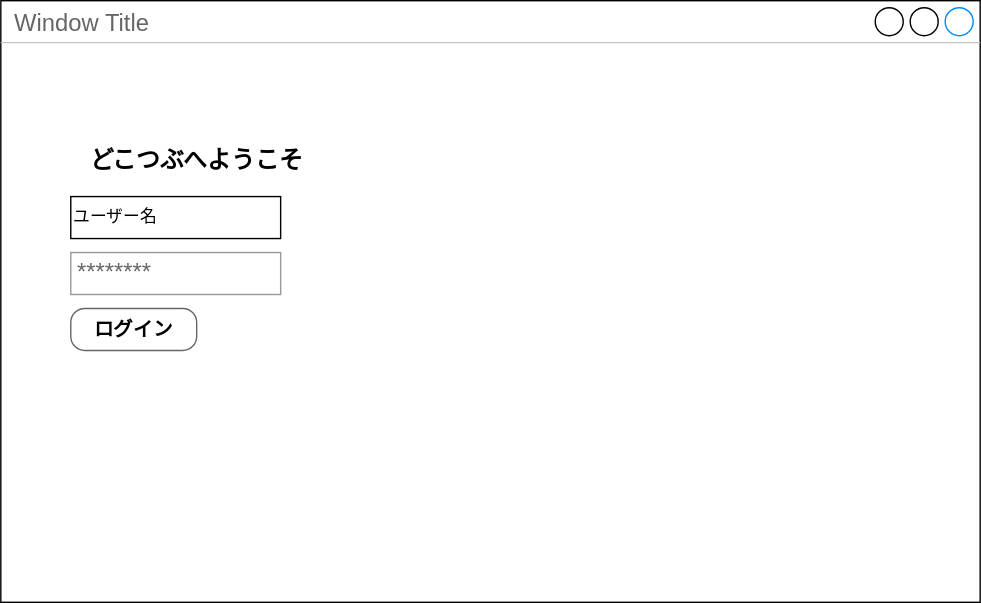
Before: 画面設計.drawio.svg, a diagram exported from draw.io (yu-tasa/basicDesign). Source tidied: cells renumbered, new cells last; positions are measured from the earlier drawing's top-left corner, leaving out a move shared by most shapes.
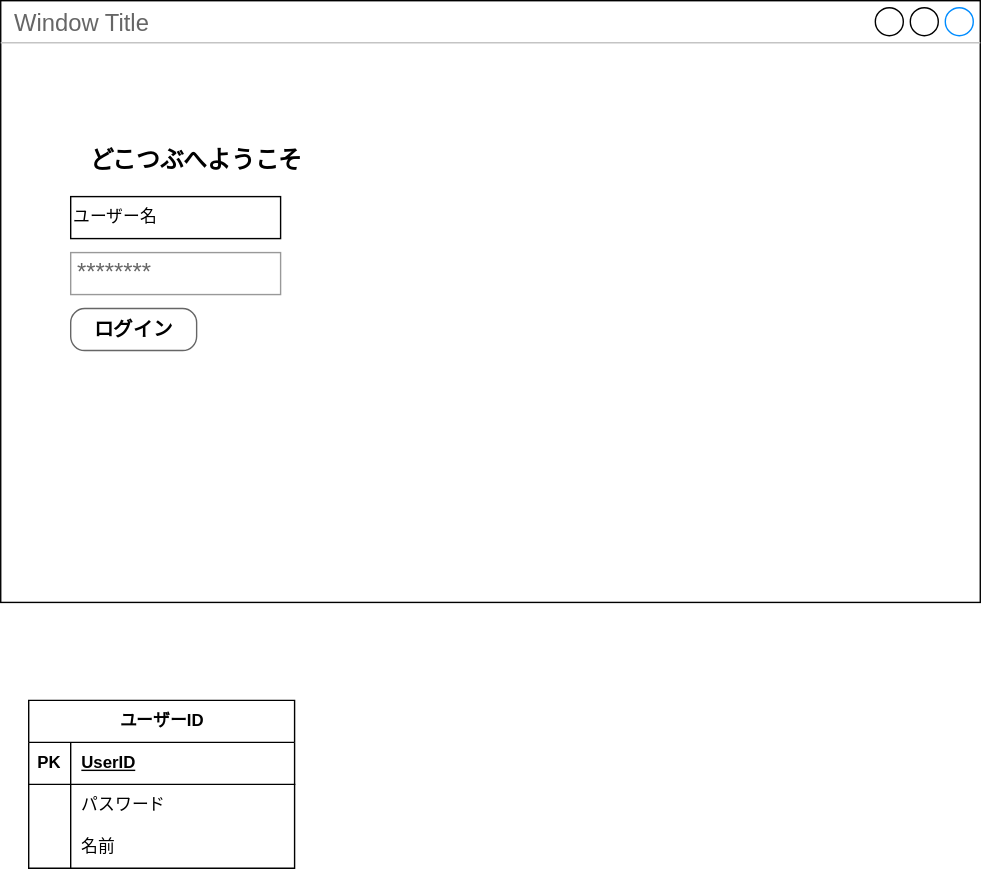
Above is the later version.

Commit message:
画面設計.drawio.svg を更新します

The edit, as a diff of the source:
```diff
@@ -17,5 +17,35 @@
     <mxCell id="6" value="&lt;font style=&quot;font-size: 14px;&quot; color=&quot;#000000&quot;&gt;ログイン&lt;/font&gt;" style="strokeWidth=1;shadow=0;dashed=0;align=center;html=1;shape=mxgraph.mockup.buttons.button;strokeColor=#666666;fontColor=#ffffff;mainText=;buttonStyle=round;fontSize=17;fontStyle=1;fillColor=#FFFFFF;whiteSpace=wrap;" parent="1" vertex="1">
       <mxGeometry x="50" y="220" width="90" height="30" as="geometry" />
     </mxCell>
+    <mxCell id="7" value="ユーザーID" style="shape=table;startSize=30;rowLines=0;fontStyle=1;align=center;html=1;swimlaneFillColor=default;gradientColor=none;left=1;" parent="1" vertex="1">
+      <mxGeometry x="20" y="500" width="190" height="120" as="geometry" />
+    </mxCell>
+    <mxCell id="8" style="shape=tableRow;horizontal=0;startSize=0;swimlaneHead=0;swimlaneBody=0;fillColor=none;top=0;left=0;right=0;bottom=1;" parent="7" vertex="1">
+      <mxGeometry y="30" width="190" height="30" as="geometry" />
+    </mxCell>
+    <mxCell id="9" value="PK" style="shape=partialRectangle;fillColor=none;top=0;left=0;bottom=0;right=0;fontStyle=1;overflow=hidden;whiteSpace=wrap;html=1;" parent="8" vertex="1">
+      <mxGeometry width="30" height="30" as="geometry" />
+    </mxCell>
+    <mxCell id="10" value="UserID" style="shape=partialRectangle;fillColor=none;top=0;left=0;bottom=0;right=0;align=left;spacingLeft=6;fontStyle=5;overflow=hidden;whiteSpace=wrap;html=1;" parent="8" vertex="1">
+      <mxGeometry x="30" width="160" height="30" as="geometry" />
+    </mxCell>
+    <mxCell id="11" style="shape=tableRow;horizontal=0;startSize=0;swimlaneHead=0;swimlaneBody=0;fillColor=none;top=0;left=0;right=0;bottom=0;" parent="7" vertex="1">
+      <mxGeometry y="60" width="190" height="30" as="geometry" />
+    </mxCell>
+    <mxCell id="12" style="shape=partialRectangle;fillColor=none;top=0;left=0;bottom=0;right=0;overflow=hidden;whiteSpace=wrap;html=1;" parent="11" vertex="1">
+      <mxGeometry width="30" height="30" as="geometry" />
+    </mxCell>
+    <mxCell id="13" value="パスワード" style="shape=partialRectangle;fillColor=none;top=0;left=0;bottom=0;right=0;align=left;spacingLeft=6;overflow=hidden;whiteSpace=wrap;html=1;" parent="11" vertex="1">
+      <mxGeometry x="30" width="160" height="30" as="geometry" />
+    </mxCell>
+    <mxCell id="14" style="shape=tableRow;horizontal=0;startSize=0;swimlaneHead=0;swimlaneBody=0;fillColor=none;top=0;left=0;right=0;bottom=0;" parent="7" vertex="1">
+      <mxGeometry y="90" width="190" height="30" as="geometry" />
+    </mxCell>
+    <mxCell id="15" style="shape=partialRectangle;fillColor=none;top=0;left=0;bottom=0;right=0;overflow=hidden;whiteSpace=wrap;html=1;" parent="14" vertex="1">
+      <mxGeometry width="30" height="30" as="geometry" />
+    </mxCell>
+    <mxCell id="16" value="名前" style="shape=partialRectangle;fillColor=none;top=0;left=0;bottom=0;right=0;align=left;spacingLeft=6;overflow=hidden;whiteSpace=wrap;html=1;" parent="14" vertex="1">
+      <mxGeometry x="30" width="160" height="30" as="geometry" />
+    </mxCell>
   </root>
 </mxGraphModel>
```
